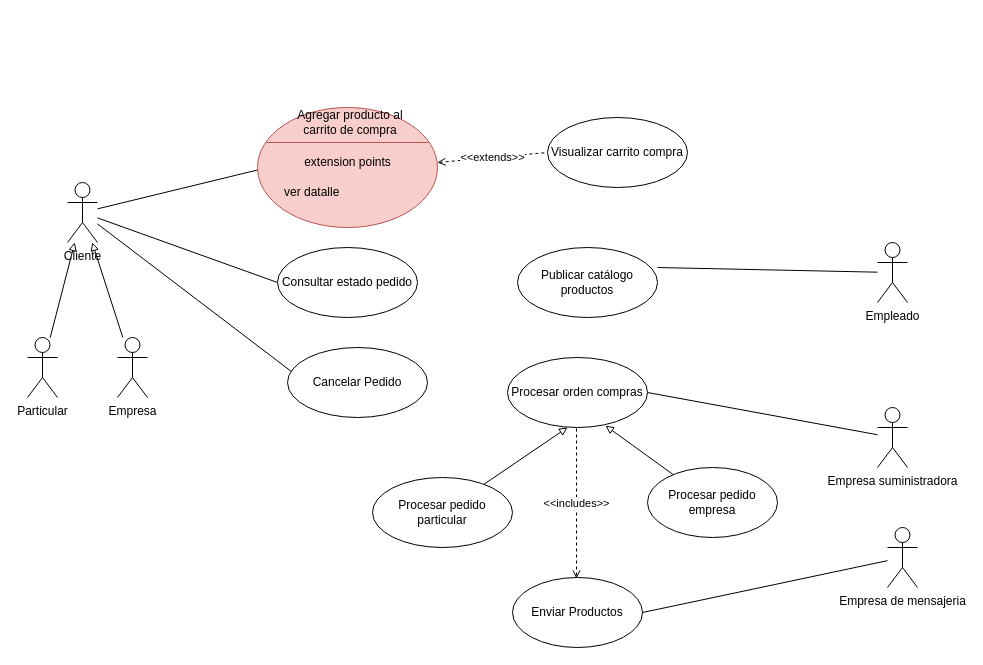
rene525456/dise-o-software keeps this draw.io diagram as page "use case" (1 of 6) of tienda virtual/diagramas.drawio. Above is the earlier version. Source tidied: cells renumbered, new cells numbered last; positions are measured from the earlier drawing's top-left corner, leaving out a move shared by most shapes. Both pictures are drawn from the tidied source at 100%, with x=0, y=0 at pixel (27, 107).
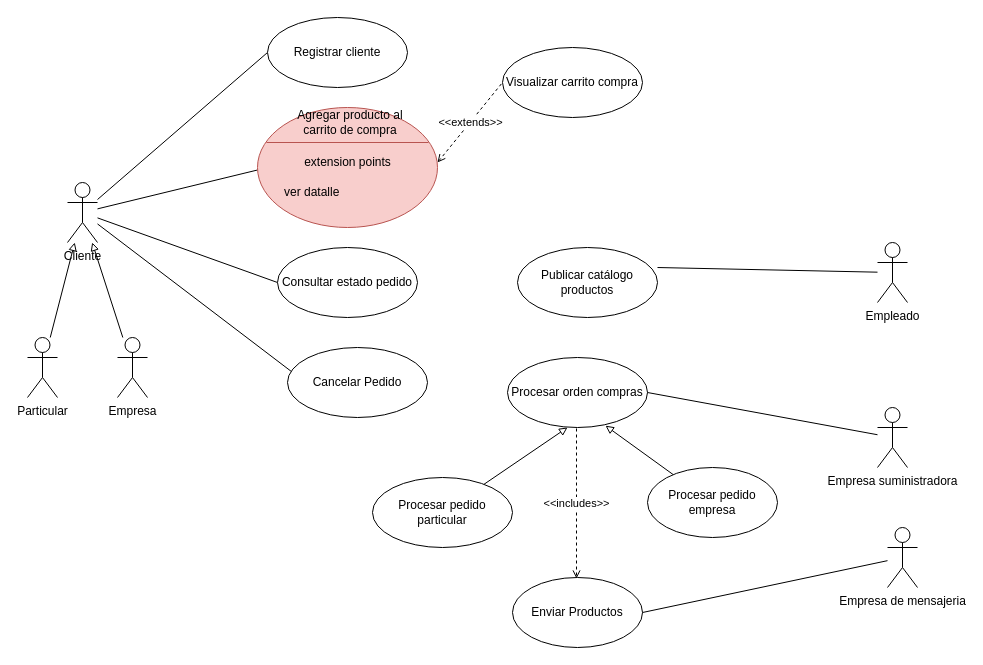
The same diagram, later.

Unchanged cells that the change refers to:
```xml
<mxCell id="5" value="Cliente" style="shape=umlActor;verticalLabelPosition=bottom;verticalAlign=top;html=1;" parent="1" vertex="1">
  <mxGeometry x="40" y="75" width="30" height="60" as="geometry" />
</mxCell>
```

The edit, as a diff of the source:
```diff
@@
+    <mxCell id="35" style="rounded=0;jettySize=auto;html=1;entryX=0;entryY=0.5;entryDx=0;entryDy=0;endArrow=none;endFill=0;" parent="1" edge="1" source="5" target="36">
+      <mxGeometry relative="1" as="geometry" />
+    </mxCell>
@@
     <mxCell id="34" value="Visualizar carrito compra" style="ellipse;whiteSpace=wrap;html=1;" parent="1" vertex="1">
-      <mxGeometry x="520" y="10" width="140" height="70" as="geometry" />
+      <mxGeometry x="475" y="-60" width="140" height="70" as="geometry" />
     </mxCell>
+    <mxCell id="36" value="Registrar cliente" style="ellipse;whiteSpace=wrap;html=1;" parent="1" vertex="1">
+      <mxGeometry x="240" y="-90" width="140" height="70" as="geometry" />
+    </mxCell>
```
